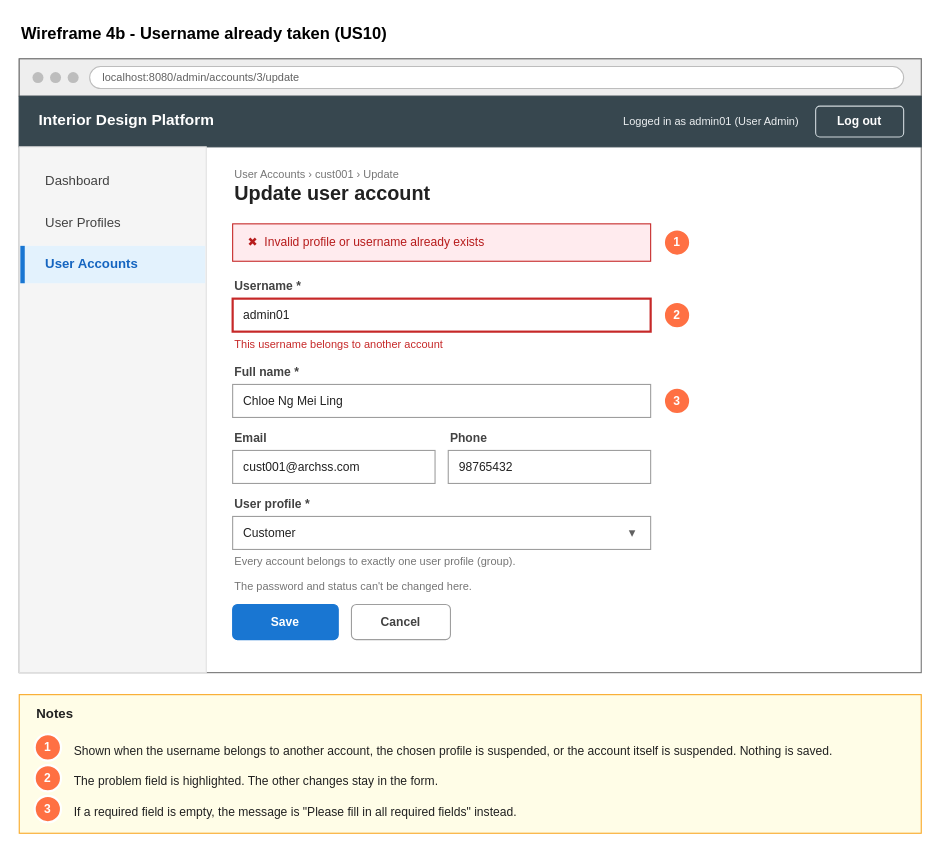
This is page "4b Wireframe - Update form error" (3 of 6) of Sprint_1/US10 - Update User Account/US10 Update user account.drawio from Hanzxc/CSIT314-ARCHSS, a draw.io file, before an edit. Source tidied: cells renumbered, new cells numbered last; positions are measured from the earlier drawing's top-left corner, leaving out a move shared by most shapes. Both pictures are drawn from the tidied source at 110%, with x=0, y=0 at pixel (19, 19).
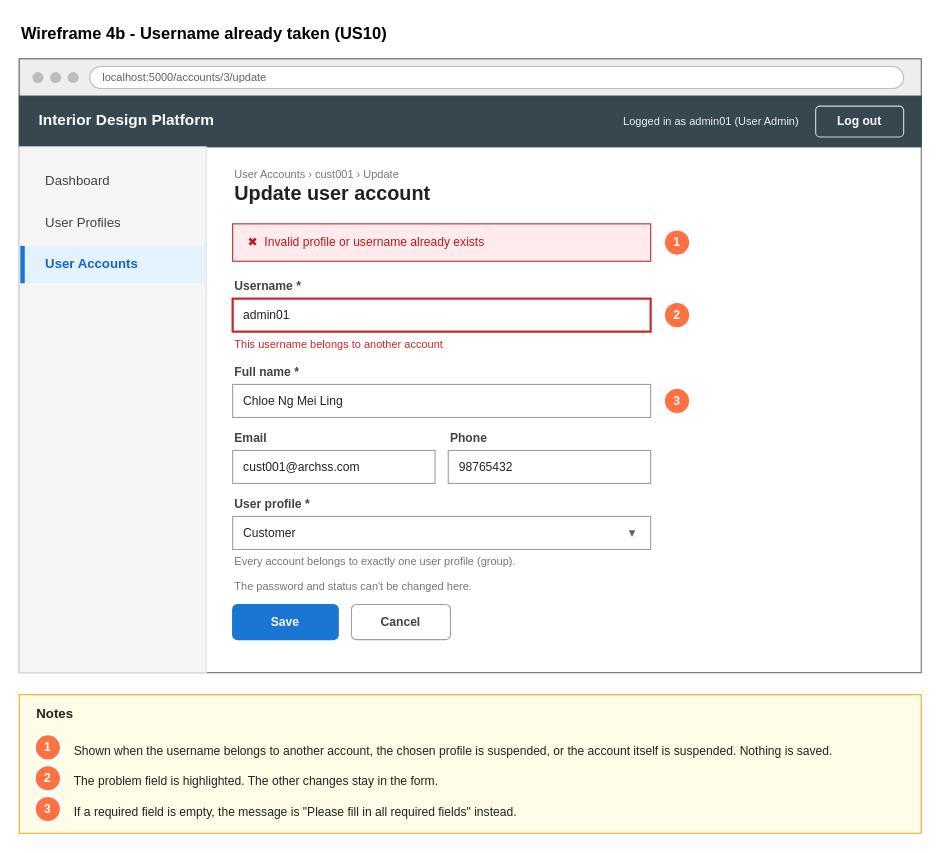
Above is the later version.

Diff of the diagram source:
```diff
@@
-    <mxCell id="8" value="localhost:8080/admin/accounts/3/update" style="rounded=1;whiteSpace=wrap;html=1;fillColor=#FFFFFF;strokeColor=#BDBDBD;fontSize=10;fontColor=#616161;align=left;spacingLeft=10;arcSize=50;" parent="1" vertex="1">
+    <mxCell id="8" value="localhost:5000/accounts/3/update" style="rounded=1;whiteSpace=wrap;html=1;fillColor=#FFFFFF;strokeColor=#BDBDBD;fontSize=10;fontColor=#616161;align=left;spacingLeft=10;arcSize=50;" parent="1" vertex="1">
       <mxGeometry x="64" y="43" width="740" height="20" as="geometry" />
     </mxCell>
```
